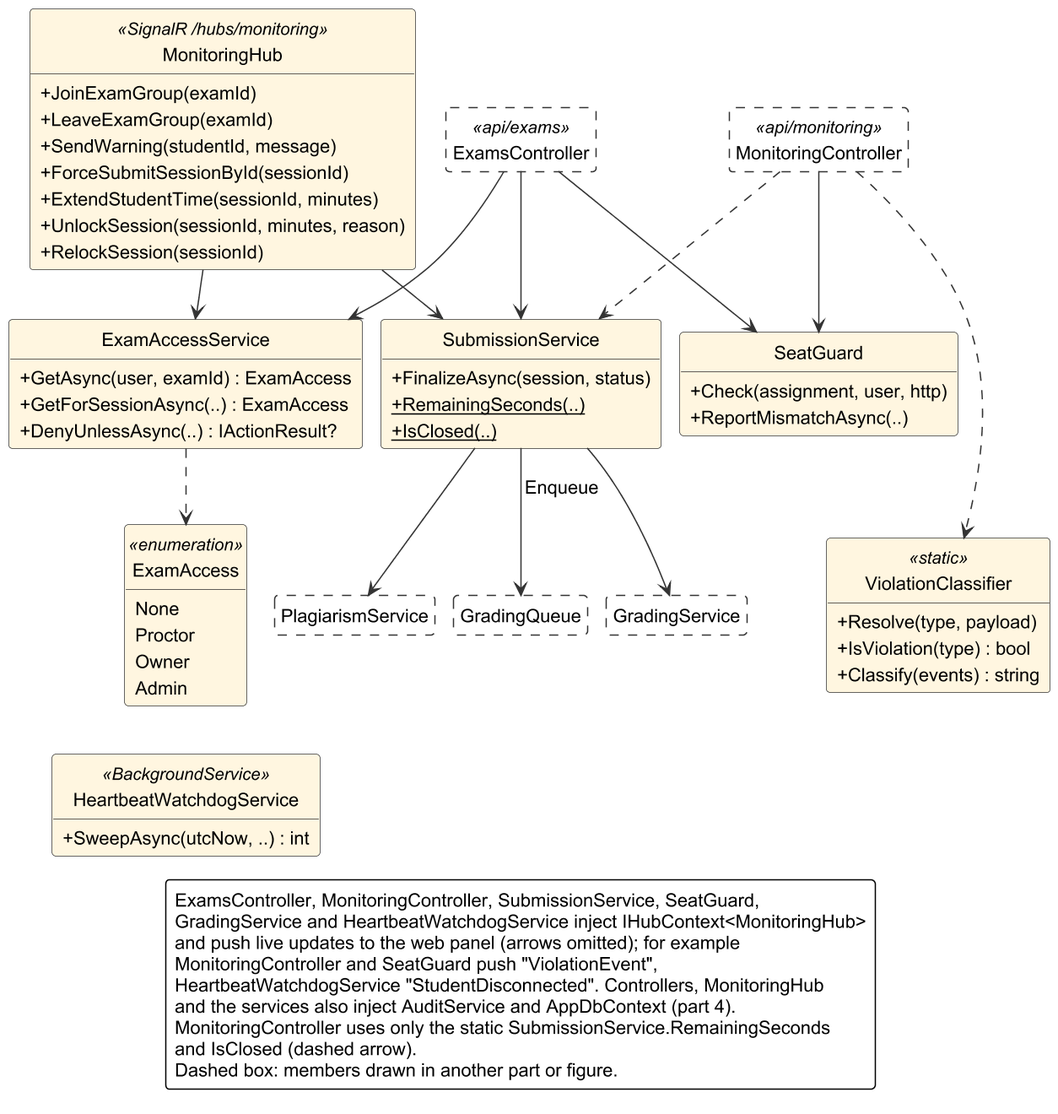
Before: important docs/fyp_doc_3chatp/Figures/class_diagram_server.png, a diagram exported from PlantUML (Haiderali27-hub/AI-Lab-Monitoring-).
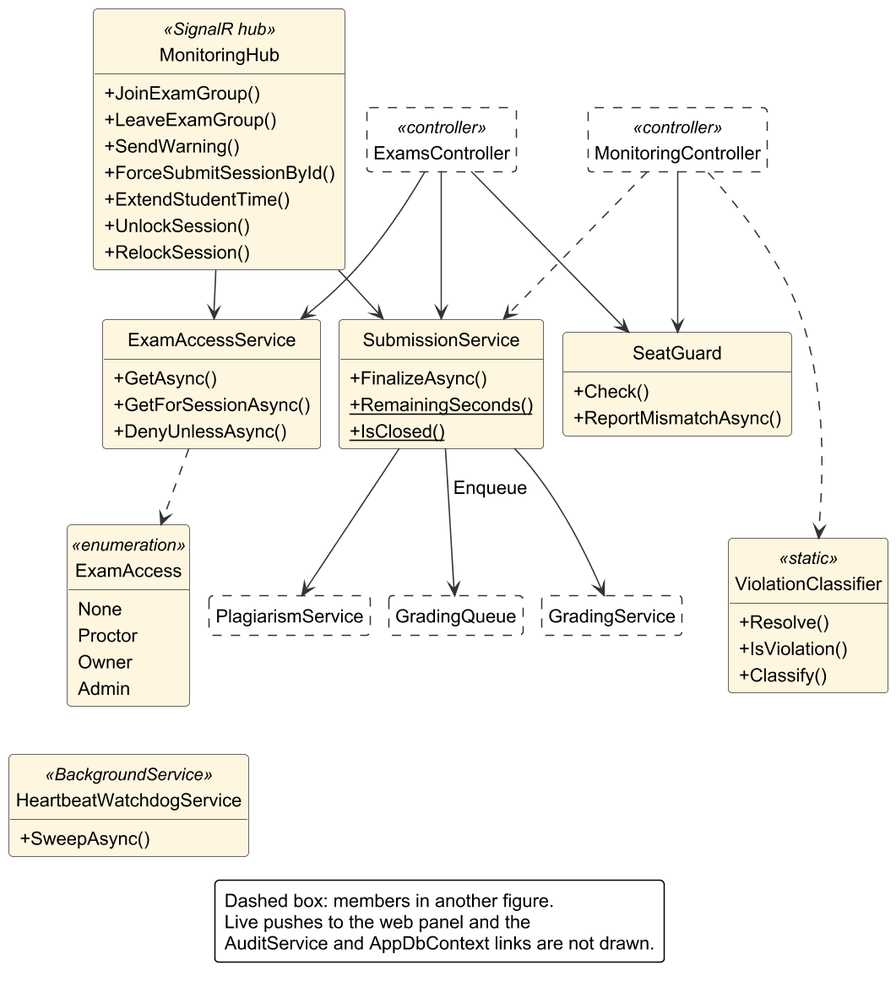
The same diagram one commit later.

What changed in the source:
```diff
@@ -13,21 +13,21 @@
 skinparam ArrowFontSize 14
 skinparam stereotypeFontSize 13
 
-class ExamsController <<api/exams>> #FFFFFF ##[dashed]
-class MonitoringController <<api/monitoring>> #FFFFFF ##[dashed]
-class MonitoringHub <<SignalR /hubs/monitoring>> #FFF6E0 {
-  +JoinExamGroup(examId)
-  +LeaveExamGroup(examId)
-  +SendWarning(studentId, message)
-  +ForceSubmitSessionById(sessionId)
-  +ExtendStudentTime(sessionId, minutes)
-  +UnlockSession(sessionId, minutes, reason)
-  +RelockSession(sessionId)
+class ExamsController <<controller>> #FFFFFF ##[dashed]
+class MonitoringController <<controller>> #FFFFFF ##[dashed]
+class MonitoringHub <<SignalR hub>> #FFF6E0 {
+  +JoinExamGroup()
+  +LeaveExamGroup()
+  +SendWarning()
+  +ForceSubmitSessionById()
+  +ExtendStudentTime()
+  +UnlockSession()
+  +RelockSession()
 }
 class ExamAccessService #FFF6E0 {
-  +GetAsync(user, examId) : ExamAccess
-  +GetForSessionAsync(..) : ExamAccess
-  +DenyUnlessAsync(..) : IActionResult?
+  +GetAsync()
+  +GetForSessionAsync()
+  +DenyUnlessAsync()
 }
 enum ExamAccess <<enumeration>> #FFF6E0 {
   None
@@ -36,21 +36,21 @@
   Admin
 }
 class SeatGuard #FFF6E0 {
-  +Check(assignment, user, http)
-  +ReportMismatchAsync(..)
+  +Check()
+  +ReportMismatchAsync()
 }
 class ViolationClassifier <<static>> #FFF6E0 {
-  +Resolve(type, payload)
-  +IsViolation(type) : bool
-  +Classify(events) : string
+  +Resolve()
+  +IsViolation()
+  +Classify()
 }
 class SubmissionService #FFF6E0 {
-  +FinalizeAsync(session, status)
-  +{static} RemainingSeconds(..)
-  +{static} IsClosed(..)
+  +FinalizeAsync()
+  +{static} RemainingSeconds()
+  +{static} IsClosed()
 }
 class HeartbeatWatchdogService <<BackgroundService>> #FFF6E0 {
-  +SweepAsync(utcNow, ..) : int
+  +SweepAsync()
 }
 class PlagiarismService #FFFFFF ##[dashed]
 class GradingQueue #FFFFFF ##[dashed]
@@ -73,14 +73,8 @@
 
 skinparam legendFontSize 14
 legend bottom
-  ExamsController, MonitoringController, SubmissionService, SeatGuard,
-  GradingService and HeartbeatWatchdogService inject IHubContext<MonitoringHub>
-  and push live updates to the web panel (arrows omitted); for example
-  MonitoringController and SeatGuard push "ViolationEvent",
-  HeartbeatWatchdogService "StudentDisconnected". Controllers, MonitoringHub
-  and the services also inject AuditService and AppDbContext (part 4).
-  MonitoringController uses only the static SubmissionService.RemainingSeconds
-  and IsClosed (dashed arrow).
-  Dashed box: members drawn in another part or figure.
+  Dashed box: members in another figure.
+  Live pushes to the web panel and the
+  AuditService and AppDbContext links are not drawn.
 endlegend
 @enduml
```
